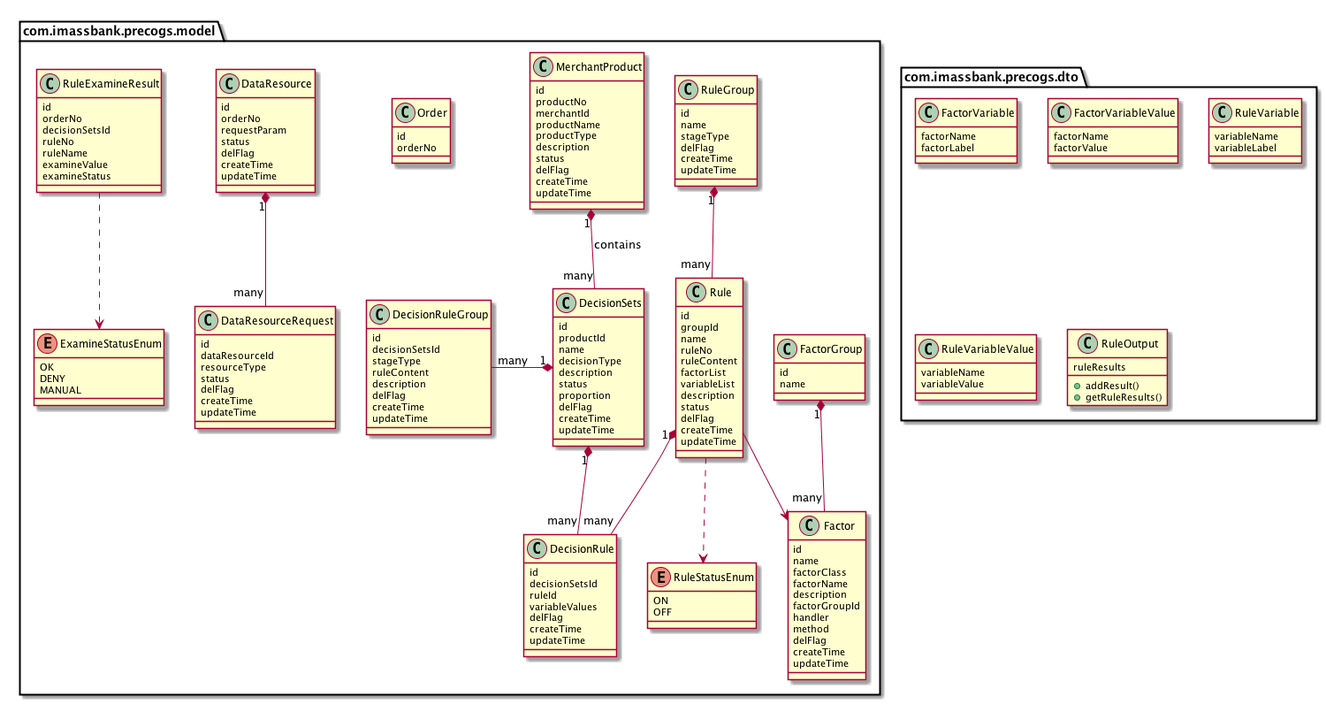
Earlier version of the PlantUML export images/risk/ClassDiagram.png (feidragon/feidragon.github.io).
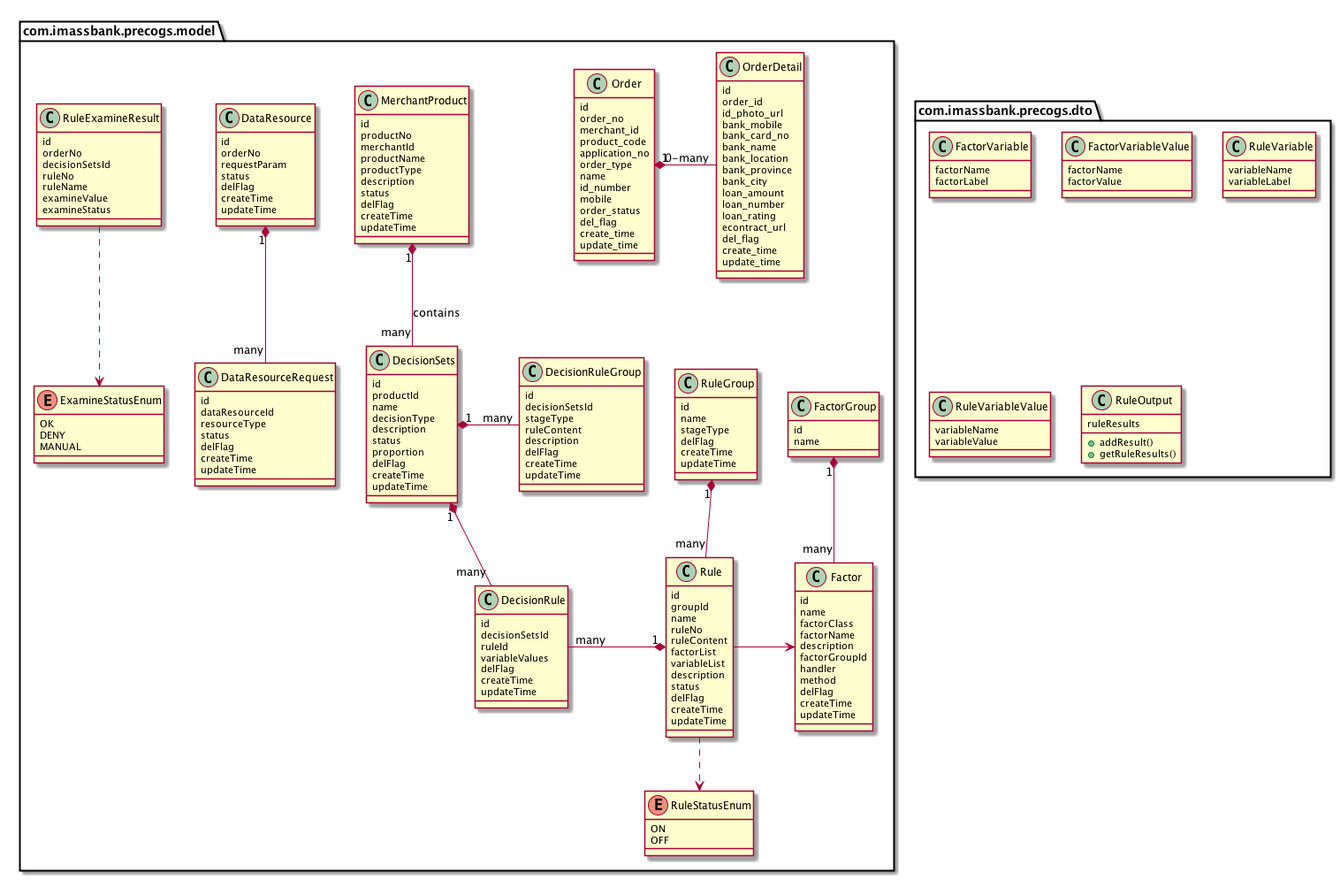
Above is the later version.

What changed in the source:
```diff
@@ -108,9 +108,38 @@
 
   class Order{
     id
-    orderNo
+    order_no
+    merchant_id
+    product_code
+    application_no
+    order_type
+    name
+    id_number
+    mobile
+    order_status
+    del_flag
+    create_time
+    update_time
 
   }
+  class  OrderDetail{
+    id
+    order_id
+    id_photo_url
+    bank_mobile
+    bank_card_no
+    bank_name
+    bank_location
+    bank_province
+    bank_city
+    loan_amount
+    loan_number
+    loan_rating
+    econtract_url
+    del_flag
+    create_time
+    update_time
+}
 
 
 
@@ -170,15 +199,15 @@
 }
 
 MerchantProduct "1" *-- "many" DecisionSets : contains
-DecisionSets  "1" *-- "many" DecisionRule
-DecisionSets  "1" *-left- "many" DecisionRuleGroup
-Rule  "1" *-- "many" DecisionRule
+DecisionSets  "1" *-down- "many" DecisionRule
+DecisionSets  "1" *-right- "many" DecisionRuleGroup
+Rule  "1" *-left- "many" DecisionRule
 Rule  ..>   RuleStatusEnum
 RuleExamineResult  ..>   ExamineStatusEnum
 RuleGroup "1" *-- "many" Rule
 FactorGroup "1" *-- "many" Factor
-Rule --> Factor
+Rule -right-> Factor
 DataResource "1" *-- "many" DataResourceRequest
-
+Order "1" *-"0-many" OrderDetail
 
 @enduml
```
